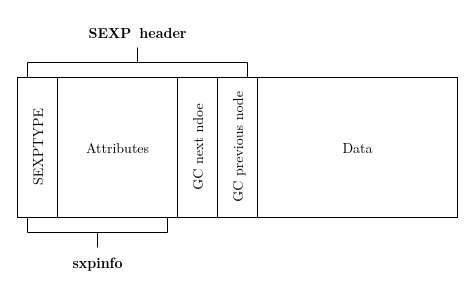
This is page "SEXP structure" (1 of 8) of diagrams/diagrams.drawio from rihafilip/master-thesis, a draw.io file, before an edit. Source tidied: cells renumbered, new cells numbered last; positions are measured from the earlier drawing's top-left corner, leaving out a move shared by most shapes. Both pictures are drawn from the tidied source at 100%, with x=0, y=0 at pixel (-8, 17).
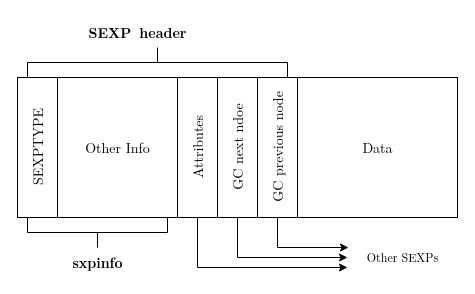
The same page after the edit.

Unchanged cells that the change refers to:
```xml
<mxCell id="5" style="shape=partialRectangle;whiteSpace=wrap;html=1;right=0;top=0;bottom=0;fillColor=none;routingCenterX=-0.5;fontFamily=LM Roman 10;fontSize=14;" parent="1" vertex="1">
  <mxGeometry x="185" y="60" width="40" height="140" as="geometry" />
</mxCell>
<mxCell id="9" style="shape=partialRectangle;whiteSpace=wrap;html=1;right=0;top=0;bottom=0;fillColor=none;routingCenterX=-0.5;fontFamily=LM Roman 10;fontSize=14;" parent="1" vertex="1">
  <mxGeometry x="225" y="60" width="40" height="140" as="geometry" />
</mxCell>
```

Diff of the diagram source:
```diff
@@
-    <mxCell id="8" value="Attributes" style="text;html=1;align=center;verticalAlign=middle;strokeColor=none;fillColor=none;fontFamily=LM Roman 10;fontSize=14;" parent="1" vertex="1">
+    <mxCell id="8" value="Other Info" style="text;html=1;align=center;verticalAlign=middle;strokeColor=none;fillColor=none;fontFamily=LM Roman 10;fontSize=14;" parent="1" vertex="1">
       <mxGeometry x="80" y="115" width="90" height="30" as="geometry" />
     </mxCell>
@@
     <mxCell id="10" style="shape=partialRectangle;whiteSpace=wrap;html=1;right=0;top=0;bottom=0;fillColor=none;routingCenterX=-0.5;fontFamily=LM Roman 10;fontSize=14;" parent="1" vertex="1">
-      <mxGeometry x="265" y="60" width="200" height="140" as="geometry" />
+      <mxGeometry x="305" y="60" width="160" height="140" as="geometry" />
     </mxCell>
     <mxCell id="11" value="Data" style="text;html=1;align=center;verticalAlign=middle;strokeColor=none;fillColor=none;fontFamily=LM Roman 10;fontSize=14;" parent="1" vertex="1">
-      <mxGeometry x="340" y="115" width="50" height="30" as="geometry" />
+      <mxGeometry x="360" y="115" width="50" height="30" as="geometry" />
     </mxCell>
     <mxCell id="12" style="strokeWidth=1;html=1;shape=mxgraph.flowchart.annotation_2;align=left;labelPosition=right;direction=south;fontFamily=LM Roman 10;fontSize=14;" parent="1" vertex="1">
-      <mxGeometry x="35" y="30" width="220" height="30" as="geometry" />
+      <mxGeometry x="35" y="30" width="260" height="30" as="geometry" />
     </mxCell>
@@
     <mxCell id="14" value="GC next ndoe" style="text;html=1;align=center;verticalAlign=middle;strokeColor=none;fillColor=none;rotation=270;fontFamily=LM Roman 10;fontSize=14;" parent="1" vertex="1">
-      <mxGeometry x="150" y="115" width="110" height="30" as="geometry" />
+      <mxGeometry x="190" y="115" width="110" height="30" as="geometry" />
     </mxCell>
     <mxCell id="15" value="GC previous node" style="text;html=1;align=center;verticalAlign=middle;strokeColor=none;fillColor=none;rotation=270;fontFamily=LM Roman 10;fontSize=14;" parent="1" vertex="1">
-      <mxGeometry x="180" y="115" width="130" height="30" as="geometry" />
+      <mxGeometry x="220" y="115" width="130" height="30" as="geometry" />
     </mxCell>
+    <mxCell id="16" style="edgeStyle=orthogonalEdgeStyle;rounded=0;jettySize=auto;html=1;exitX=0.5;exitY=1;exitDx=0;exitDy=0;" parent="1" edge="1" source="17">
+      <mxGeometry relative="1" as="geometry">
+        <mxPoint x="356" y="230" as="targetPoint" />
+        <Array as="points">
+          <mxPoint x="285" y="230" />
+          <mxPoint x="356" y="230" />
+        </Array>
+      </mxGeometry>
+    </mxCell>
+    <mxCell id="17" style="shape=partialRectangle;whiteSpace=wrap;html=1;right=0;top=0;bottom=0;fillColor=none;routingCenterX=-0.5;fontFamily=LM Roman 10;fontSize=14;" parent="1" vertex="1">
+      <mxGeometry x="265" y="60" width="40" height="140" as="geometry" />
+    </mxCell>
+    <mxCell id="18" value="Attributes" style="text;html=1;align=center;verticalAlign=middle;strokeColor=none;fillColor=none;rotation=270;fontFamily=LM Roman 10;fontSize=14;" parent="1" vertex="1">
+      <mxGeometry x="160" y="115" width="90" height="30" as="geometry" />
+    </mxCell>
+    <mxCell id="19" style="edgeStyle=orthogonalEdgeStyle;rounded=0;jettySize=auto;html=1;exitX=0.5;exitY=1;exitDx=0;exitDy=0;" parent="1" edge="1" source="9">
+      <mxGeometry relative="1" as="geometry">
+        <mxPoint x="355" y="240" as="targetPoint" />
+        <Array as="points">
+          <mxPoint x="245" y="240" />
+          <mxPoint x="355" y="240" />
+        </Array>
+      </mxGeometry>
+    </mxCell>
+    <mxCell id="20" style="edgeStyle=orthogonalEdgeStyle;rounded=0;jettySize=auto;html=1;exitX=0.5;exitY=1;exitDx=0;exitDy=0;" parent="1" edge="1" source="5">
+      <mxGeometry relative="1" as="geometry">
+        <mxPoint x="355" y="250" as="targetPoint" />
+        <Array as="points">
+          <mxPoint x="205" y="250" />
+          <mxPoint x="355" y="250" />
+        </Array>
+      </mxGeometry>
+    </mxCell>
+    <mxCell id="21" value="Other SEXPs" style="text;html=1;align=center;verticalAlign=middle;strokeColor=none;fillColor=none;fontFamily=LM Roman 10;" parent="1" vertex="1">
+      <mxGeometry x="365" y="220" width="90" height="40" as="geometry" />
+    </mxCell>
```
